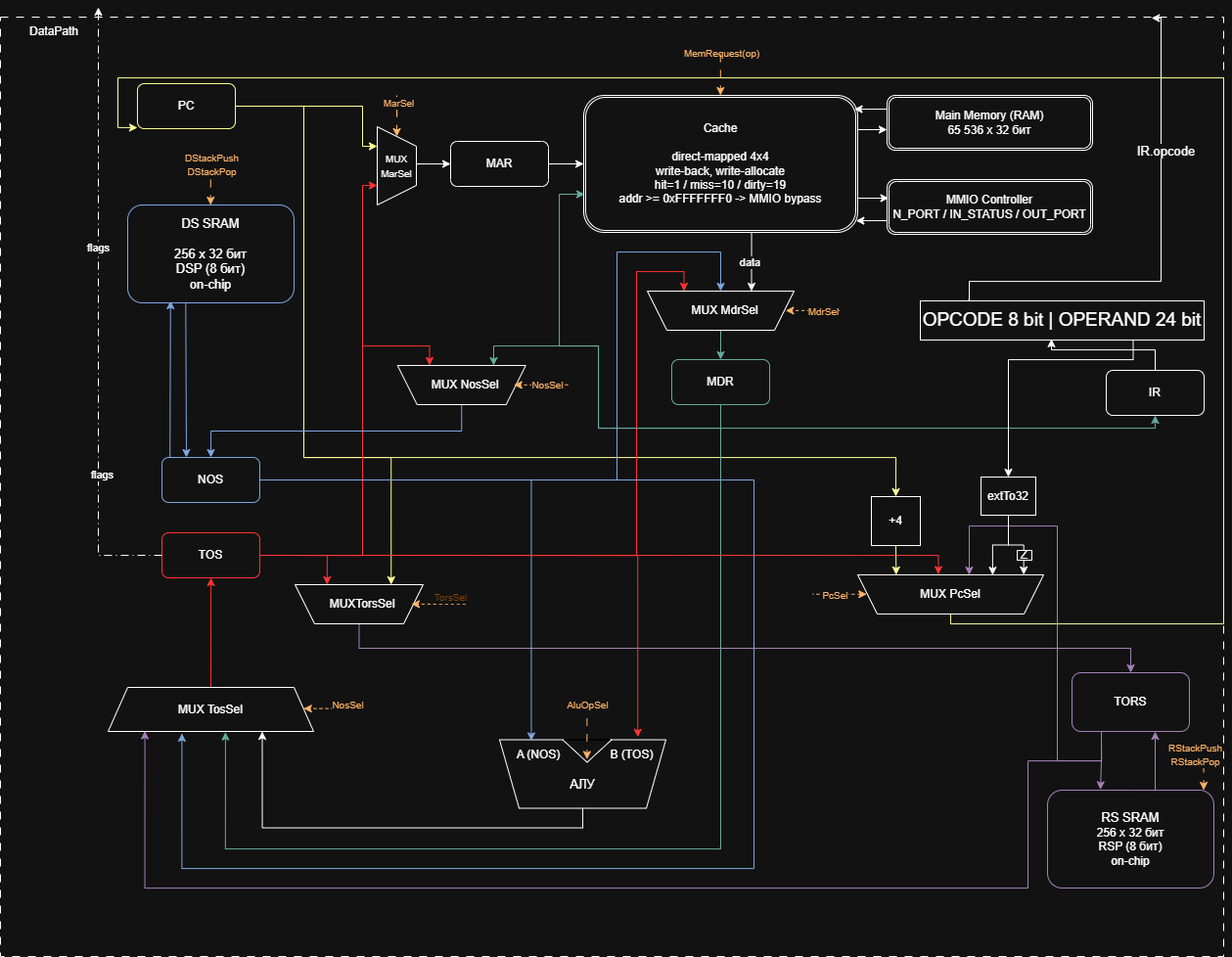
Above: pics/Datapath.png in AstroBlartvks/lab4-csa (draw.io), before the change. Source tidied: cells renumbered, new cells last; positions are measured from the earlier drawing's top-left corner, leaving out a move shared by most shapes.
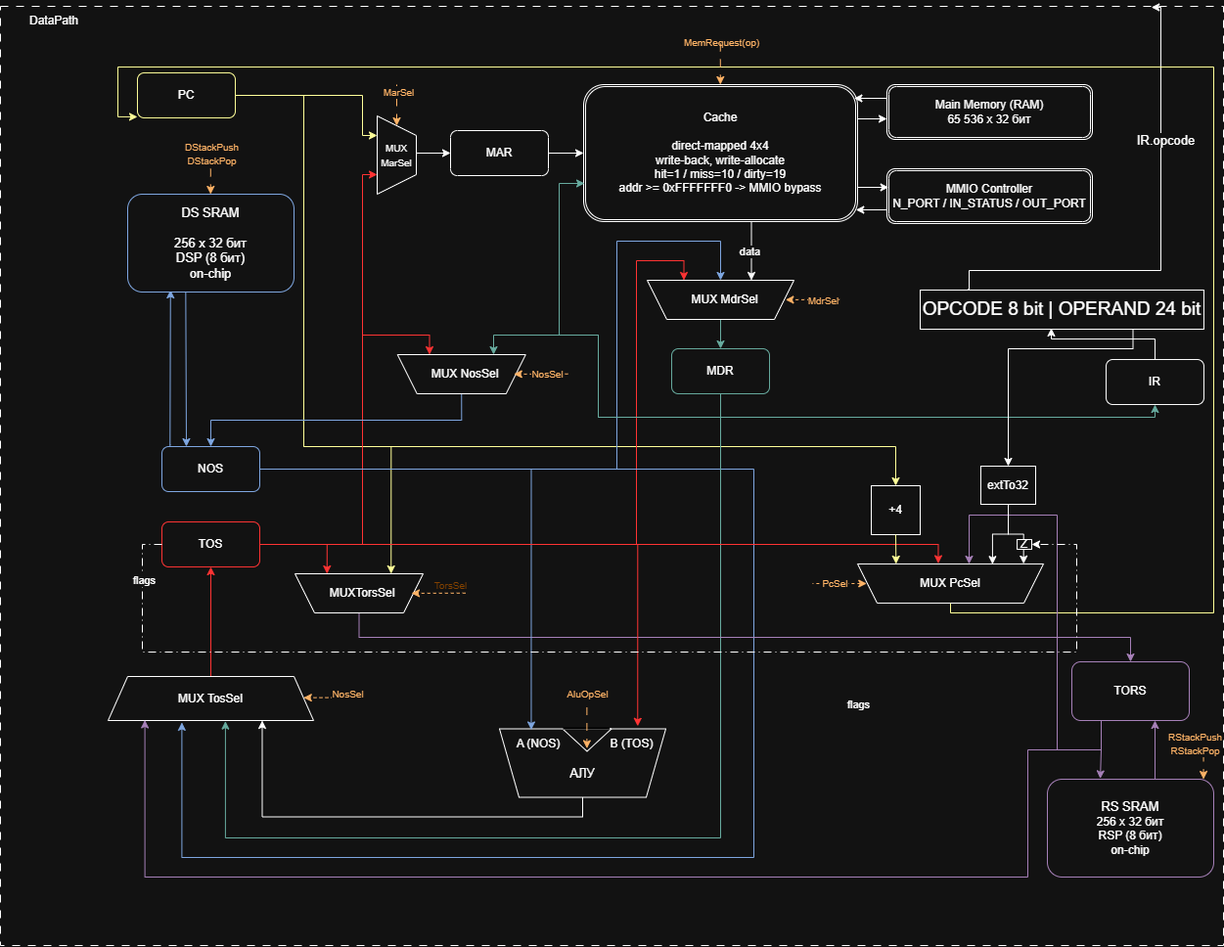
The same diagram one commit later.

The edit, as a diff of the source:
```diff
@@ -320,8 +320,8 @@
         <mxPoint x="140" y="122.9" as="targetPoint" />
         <Array as="points">
           <mxPoint x="971" y="630" />
-          <mxPoint x="1250" y="630" />
-          <mxPoint x="1250" y="72" />
+          <mxPoint x="1240" y="630" />
+          <mxPoint x="1240" y="72" />
           <mxPoint x="120" y="72" />
           <mxPoint x="120" y="123" />
         </Array>
@@ -357,21 +357,23 @@
         </Array>
       </mxGeometry>
     </mxCell>
-    <mxCell id="71" style="edgeStyle=orthogonalEdgeStyle;rounded=0;jettySize=auto;html=1;exitX=0;exitY=0.5;exitDx=0;exitDy=0;entryX=0.02;entryY=0.003;entryDx=0;entryDy=0;entryPerimeter=0;dashed=1;dashPattern=8 4 1 4;" parent="1" edge="1" source="13">
+    <mxCell id="71" style="edgeStyle=orthogonalEdgeStyle;rounded=0;jettySize=auto;html=1;exitX=0;exitY=0.5;exitDx=0;exitDy=0;entryX=1;entryY=0.5;entryDx=0;entryDy=0;dashed=1;dashPattern=8 4 1 4;" parent="1" edge="1" source="13" target="103">
       <mxGeometry relative="1" as="geometry">
-        <mxPoint x="100" as="targetPoint" />
         <Array as="points">
-          <mxPoint x="100" y="560" />
+          <mxPoint x="145" y="560" />
+          <mxPoint x="145" y="670" />
+          <mxPoint x="1100" y="670" />
+          <mxPoint x="1100" y="560" />
         </Array>
       </mxGeometry>
     </mxCell>
     <mxCell id="72" value="flags" style="edgeLabel;html=1;align=center;verticalAlign=middle;" parent="71" vertex="1">
-      <mxGeometry x="-0.53" y="-3" relative="1" as="geometry" />
+      <mxGeometry x="0.39" y="1" relative="1" as="geometry">
+        <mxPoint y="54" as="offset" />
+      </mxGeometry>
     </mxCell>
     <mxCell id="73" value="flags" style="edgeLabel;html=1;align=center;verticalAlign=middle;" parent="71" vertex="1">
-      <mxGeometry x="0.39" y="1" relative="1" as="geometry">
-        <mxPoint y="54" as="offset" />
-      </mxGeometry>
+      <mxGeometry x="-0.91" y="1" relative="1" as="geometry" />
     </mxCell>
     <mxCell id="74" style="edgeStyle=orthogonalEdgeStyle;rounded=0;jettySize=auto;html=1;entryX=0;entryY=0.5;entryDx=0;entryDy=0;dashed=1;strokeColor=light-dark(#000000,#FFB366);dashPattern=8 8;" parent="1" edge="1" target="36">
       <mxGeometry relative="1" as="geometry">
```
